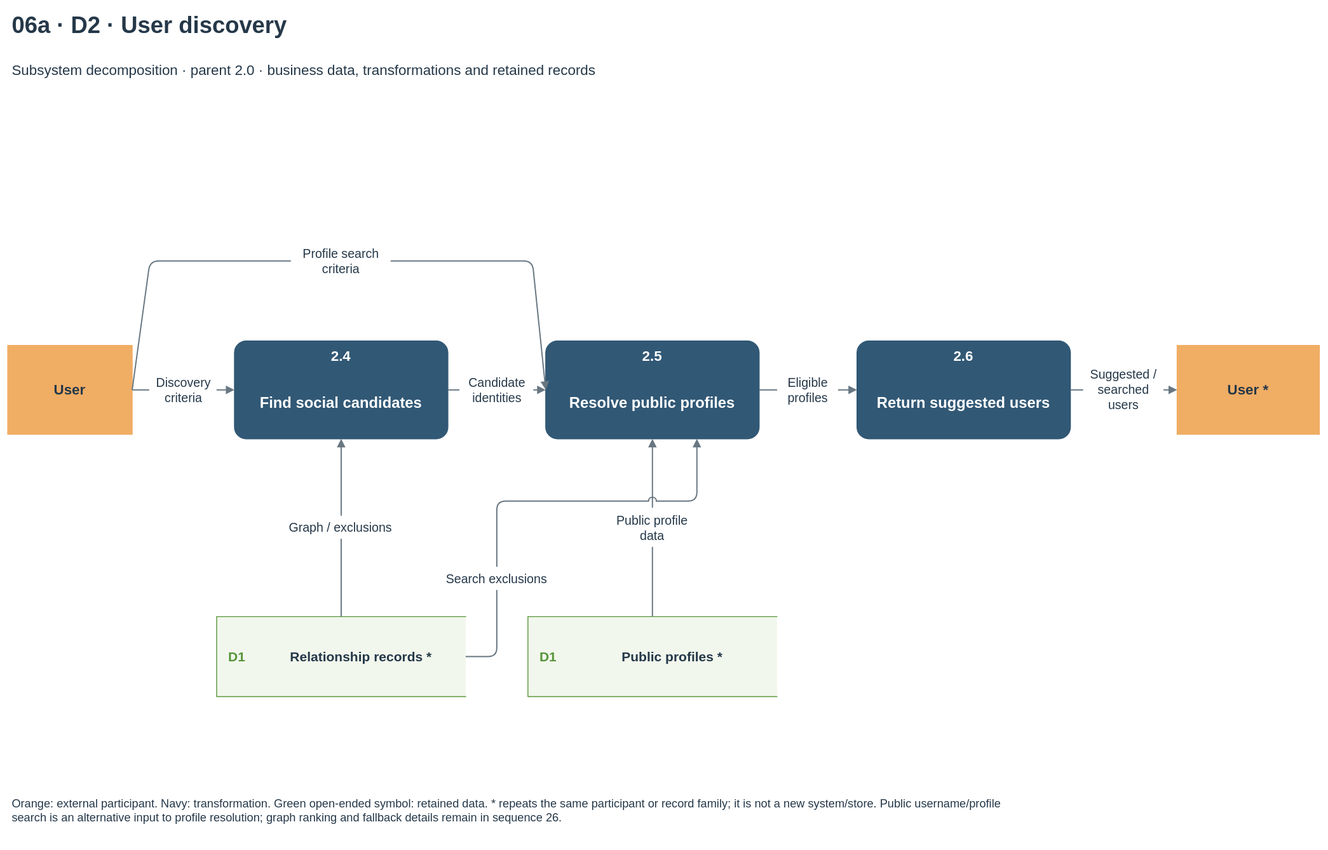
Above: docs/diagrams/velora-current/importable-svg/06a-dfd-user-recommendations.drawio.svg in HieuCuteDangYeu/velora-backend (draw.io), before the change. Source tidied: cells renumbered, new cells last; positions are measured from the earlier drawing's top-left corner, leaving out a move shared by most shapes. Its diagram source:
```xml
<mxGraphModel>
  <root>
    <mxCell id="0" />
    <mxCell id="1" parent="0" />
    <mxCell id="2" value="06a · D2 · User discovery" style="text;html=1;whiteSpace=wrap;fontFamily=Arial;fontSize=26;fontColor=#253849;fontStyle=1;align=left;verticalAlign=middle;spacing=0;" parent="1" vertex="1">
      <mxGeometry x="5" width="1460" height="40" as="geometry" />
    </mxCell>
    <mxCell id="3" value="Subsystem decomposition · parent 2.0 · business data, transformations and retained records" style="text;html=1;whiteSpace=wrap;fontFamily=Arial;fontSize=16;fontColor=#253849;fontStyle=0;align=left;verticalAlign=middle;spacing=0;" parent="1" vertex="1">
      <mxGeometry x="5" y="50" width="1460" height="40" as="geometry" />
    </mxCell>
    <mxCell id="4" style="rounded=1;arcSize=12;fillColor=#315875;strokeColor=#315875;dashed=0;whiteSpace=wrap;" parent="1" vertex="1">
      <mxGeometry x="255" y="375" width="240" height="110" as="geometry" />
    </mxCell>
    <mxCell id="5" value="2.4" style="text;html=1;whiteSpace=wrap;fontFamily=Arial;fontSize=16;fontColor=white;fontStyle=1;align=center;verticalAlign=middle;spacing=0;" parent="4" vertex="1">
      <mxGeometry x="5" y="4" width="230" height="25" as="geometry" />
    </mxCell>
    <mxCell id="6" value="Find social candidates" style="text;html=1;whiteSpace=wrap;fontFamily=Arial;fontSize=17;fontColor=white;fontStyle=1;align=center;verticalAlign=middle;spacing=0;" parent="4" vertex="1">
      <mxGeometry x="8" y="36" width="224" height="70" as="geometry" />
    </mxCell>
    <mxCell id="7" style="rounded=1;arcSize=12;fillColor=#315875;strokeColor=#315875;dashed=0;whiteSpace=wrap;" parent="1" vertex="1">
      <mxGeometry x="605" y="375" width="240" height="110" as="geometry" />
    </mxCell>
    <mxCell id="8" value="2.5" style="text;html=1;whiteSpace=wrap;fontFamily=Arial;fontSize=16;fontColor=white;fontStyle=1;align=center;verticalAlign=middle;spacing=0;" parent="7" vertex="1">
      <mxGeometry x="5" y="4" width="230" height="25" as="geometry" />
    </mxCell>
    <mxCell id="9" value="Resolve public profiles" style="text;html=1;whiteSpace=wrap;fontFamily=Arial;fontSize=17;fontColor=white;fontStyle=1;align=center;verticalAlign=middle;spacing=0;" parent="7" vertex="1">
      <mxGeometry x="8" y="36" width="224" height="70" as="geometry" />
    </mxCell>
    <mxCell id="10" style="rounded=1;arcSize=12;fillColor=#315875;strokeColor=#315875;dashed=0;whiteSpace=wrap;" parent="1" vertex="1">
      <mxGeometry x="955" y="375" width="240" height="110" as="geometry" />
    </mxCell>
    <mxCell id="11" value="2.6" style="text;html=1;whiteSpace=wrap;fontFamily=Arial;fontSize=16;fontColor=white;fontStyle=1;align=center;verticalAlign=middle;spacing=0;" parent="10" vertex="1">
      <mxGeometry x="5" y="4" width="230" height="25" as="geometry" />
    </mxCell>
    <mxCell id="12" value="Return suggested users" style="text;html=1;whiteSpace=wrap;fontFamily=Arial;fontSize=17;fontColor=white;fontStyle=1;align=center;verticalAlign=middle;spacing=0;" parent="10" vertex="1">
      <mxGeometry x="8" y="36" width="224" height="70" as="geometry" />
    </mxCell>
    <mxCell id="13" style="rounded=0;arcSize=12;fillColor=#f0ad64;strokeColor=#f0ad64;dashed=0;whiteSpace=wrap;" parent="1" vertex="1">
      <mxGeometry y="380" width="140" height="100" as="geometry" />
    </mxCell>
    <mxCell id="14" value="User" style="text;html=1;whiteSpace=wrap;fontFamily=Arial;fontSize=16;fontColor=#253849;fontStyle=1;align=center;verticalAlign=middle;spacing=0;" parent="13" vertex="1">
      <mxGeometry x="8" y="8" width="124" height="84" as="geometry" />
    </mxCell>
    <mxCell id="15" style="rounded=0;arcSize=12;fillColor=#f0ad64;strokeColor=#f0ad64;dashed=0;whiteSpace=wrap;" parent="1" vertex="1">
      <mxGeometry x="1315" y="380" width="160" height="100" as="geometry" />
    </mxCell>
    <mxCell id="16" value="User *" style="text;html=1;whiteSpace=wrap;fontFamily=Arial;fontSize=16;fontColor=#253849;fontStyle=1;align=center;verticalAlign=middle;spacing=0;" parent="15" vertex="1">
      <mxGeometry x="8" y="8" width="144" height="84" as="geometry" />
    </mxCell>
    <mxCell id="17" style="shape=partialRectangle;right=0;left=1;top=1;bottom=1;rounded=0;fillColor=#f2f7ed;strokeColor=#579539;whiteSpace=wrap;" parent="1" vertex="1">
      <mxGeometry x="235" y="685" width="280" height="90" as="geometry" />
    </mxCell>
    <mxCell id="18" value="D1" style="text;html=1;whiteSpace=wrap;fontFamily=Arial;fontSize=15;fontColor=#579539;fontStyle=1;align=center;verticalAlign=middle;spacing=0;" parent="17" vertex="1">
      <mxGeometry x="2" y="2" width="42" height="86" as="geometry" />
    </mxCell>
    <mxCell id="19" value="Relationship records *" style="text;html=1;whiteSpace=wrap;fontFamily=Arial;fontSize=15;fontColor=#253849;fontStyle=1;align=center;verticalAlign=middle;spacing=0;" parent="17" vertex="1">
      <mxGeometry x="53" y="5" width="219" height="80" as="geometry" />
    </mxCell>
    <mxCell id="20" style="shape=partialRectangle;right=0;left=1;top=1;bottom=1;rounded=0;fillColor=#f2f7ed;strokeColor=#579539;whiteSpace=wrap;" parent="1" vertex="1">
      <mxGeometry x="585" y="685" width="280" height="90" as="geometry" />
    </mxCell>
    <mxCell id="21" value="D1" style="text;html=1;whiteSpace=wrap;fontFamily=Arial;fontSize=15;fontColor=#579539;fontStyle=1;align=center;verticalAlign=middle;spacing=0;" parent="20" vertex="1">
      <mxGeometry x="2" y="2" width="42" height="86" as="geometry" />
    </mxCell>
    <mxCell id="22" value="Public profiles *" style="text;html=1;whiteSpace=wrap;fontFamily=Arial;fontSize=15;fontColor=#253849;fontStyle=1;align=center;verticalAlign=middle;spacing=0;" parent="20" vertex="1">
      <mxGeometry x="53" y="5" width="219" height="80" as="geometry" />
    </mxCell>
    <mxCell id="23" style="edgeStyle=none;noEdgeStyle=1;endArrow=block;endFill=1;strokeColor=#687782;strokeWidth=1.4;jumpStyle=arc;jumpSize=8;exitPerimeter=0;entryPerimeter=0;exitX=1.0;exitY=0.5;entryX=0.0;entryY=0.5;" parent="1" edge="1" source="13" target="4">
      <mxGeometry relative="1" as="geometry" />
    </mxCell>
    <mxCell id="24" style="edgeStyle=none;noEdgeStyle=1;endArrow=block;endFill=1;strokeColor=#687782;strokeWidth=1.4;jumpStyle=arc;jumpSize=8;exitPerimeter=0;entryPerimeter=0;exitX=1.0;exitY=0.5;entryX=0.0;entryY=0.5;" parent="1" edge="1" source="10" target="15">
      <mxGeometry relative="1" as="geometry" />
    </mxCell>
    <mxCell id="25" style="edgeStyle=none;noEdgeStyle=1;endArrow=block;endFill=1;strokeColor=#687782;strokeWidth=1.4;jumpStyle=arc;jumpSize=8;exitPerimeter=0;entryPerimeter=0;exitX=1.0;exitY=0.5;entryX=0.0;entryY=0.5;" parent="1" edge="1" source="4" target="7">
      <mxGeometry relative="1" as="geometry" />
    </mxCell>
    <mxCell id="26" style="edgeStyle=none;noEdgeStyle=1;endArrow=block;endFill=1;strokeColor=#687782;strokeWidth=1.4;jumpStyle=arc;jumpSize=8;exitPerimeter=0;entryPerimeter=0;exitX=1.0;exitY=0.5;entryX=0.0;entryY=0.5;" parent="1" edge="1" source="7" target="10">
      <mxGeometry relative="1" as="geometry" />
    </mxCell>
    <mxCell id="27" style="edgeStyle=none;noEdgeStyle=1;endArrow=block;endFill=1;strokeColor=#687782;strokeWidth=1.4;jumpStyle=arc;jumpSize=8;exitPerimeter=0;entryPerimeter=0;exitX=0.5;exitY=0.0;entryX=0.5;entryY=1.0;" parent="1" edge="1" source="17" target="4">
      <mxGeometry relative="1" as="geometry" />
    </mxCell>
    <mxCell id="28" style="edgeStyle=none;noEdgeStyle=1;endArrow=block;endFill=1;strokeColor=#687782;strokeWidth=1.4;jumpStyle=arc;jumpSize=8;exitPerimeter=0;entryPerimeter=0;exitX=0.5;exitY=0.0;entryX=0.5;entryY=1.0;" parent="1" edge="1" source="20" target="7">
      <mxGeometry relative="1" as="geometry" />
    </mxCell>
    <mxCell id="29" style="edgeStyle=none;noEdgeStyle=1;endArrow=block;endFill=1;strokeColor=#687782;strokeWidth=1.4;jumpStyle=arc;jumpSize=8;exitPerimeter=0;entryPerimeter=0;exitX=1.0;exitY=0.5;entryX=0.0;entryY=0.5;" parent="1" edge="1" source="13" target="7">
      <mxGeometry relative="1" as="geometry">
        <Array as="points">
          <mxPoint x="160" y="285" />
          <mxPoint x="590" y="285" />
        </Array>
      </mxGeometry>
    </mxCell>
    <mxCell id="30" style="edgeStyle=none;noEdgeStyle=1;endArrow=block;endFill=1;strokeColor=#687782;strokeWidth=1.4;jumpStyle=arc;jumpSize=8;exitPerimeter=0;entryPerimeter=0;exitX=1.0;exitY=0.5;entryX=0.7083333333333334;entryY=1.0;" parent="1" edge="1" source="17" target="7">
      <mxGeometry relative="1" as="geometry">
        <Array as="points">
          <mxPoint x="550" y="730" />
          <mxPoint x="550" y="555" />
          <mxPoint x="775" y="555" />
        </Array>
      </mxGeometry>
    </mxCell>
    <mxCell id="31" style="fillColor=#ffffff;strokeColor=none;" parent="1" vertex="1">
      <mxGeometry x="508.5" y="408" width="83" height="44" as="geometry" />
    </mxCell>
    <mxCell id="32" value="Candidate&lt;br&gt;identities" style="text;html=1;whiteSpace=wrap;fontFamily=Arial;fontSize=14;fontColor=#253849;fontStyle=0;align=center;verticalAlign=middle;spacing=0;" parent="1" vertex="1">
      <mxGeometry x="508.5" y="408" width="83" height="44" as="geometry" />
    </mxCell>
    <mxCell id="33" style="fillColor=#ffffff;strokeColor=none;" parent="1" vertex="1">
      <mxGeometry x="865.8" y="408" width="68.4" height="44" as="geometry" />
    </mxCell>
    <mxCell id="34" value="Eligible&lt;br&gt;profiles" style="text;html=1;whiteSpace=wrap;fontFamily=Arial;fontSize=14;fontColor=#253849;fontStyle=0;align=center;verticalAlign=middle;spacing=0;" parent="1" vertex="1">
      <mxGeometry x="865.8" y="408" width="68.4" height="44" as="geometry" />
    </mxCell>
    <mxCell id="35" style="fillColor=#ffffff;strokeColor=none;" parent="1" vertex="1">
      <mxGeometry x="159.7" y="408" width="75.7" height="44" as="geometry" />
    </mxCell>
    <mxCell id="36" value="Discovery&lt;br&gt;criteria" style="text;html=1;whiteSpace=wrap;fontFamily=Arial;fontSize=14;fontColor=#253849;fontStyle=0;align=center;verticalAlign=middle;spacing=0;" parent="1" vertex="1">
      <mxGeometry x="159.7" y="408" width="75.7" height="44" as="geometry" />
    </mxCell>
    <mxCell id="37" style="fillColor=#ffffff;strokeColor=none;" parent="1" vertex="1">
      <mxGeometry x="1209.8" y="399" width="90.3" height="62" as="geometry" />
    </mxCell>
    <mxCell id="38" value="Suggested /&lt;br&gt;searched&lt;br&gt;users" style="text;html=1;whiteSpace=wrap;fontFamily=Arial;fontSize=14;fontColor=#253849;fontStyle=0;align=center;verticalAlign=middle;spacing=0;" parent="1" vertex="1">
      <mxGeometry x="1209.8" y="399" width="90.3" height="62" as="geometry" />
    </mxCell>
    <mxCell id="39" style="fillColor=#ffffff;strokeColor=none;" parent="1" vertex="1">
      <mxGeometry x="304.3" y="572" width="141.4" height="26" as="geometry" />
    </mxCell>
    <mxCell id="40" value="Graph / exclusions" style="text;html=1;whiteSpace=wrap;fontFamily=Arial;fontSize=14;fontColor=#253849;fontStyle=0;align=center;verticalAlign=middle;spacing=0;" parent="1" vertex="1">
      <mxGeometry x="304.3" y="572" width="141.4" height="26" as="geometry" />
    </mxCell>
    <mxCell id="41" style="fillColor=#ffffff;strokeColor=none;" parent="1" vertex="1">
      <mxGeometry x="668.9" y="563" width="112.2" height="44" as="geometry" />
    </mxCell>
    <mxCell id="42" value="Public profile&lt;br&gt;data" style="text;html=1;whiteSpace=wrap;fontFamily=Arial;fontSize=14;fontColor=#253849;fontStyle=0;align=center;verticalAlign=middle;spacing=0;" parent="1" vertex="1">
      <mxGeometry x="668.9" y="563" width="112.2" height="44" as="geometry" />
    </mxCell>
    <mxCell id="43" style="fillColor=#ffffff;strokeColor=none;" parent="1" vertex="1">
      <mxGeometry x="482.9" y="629.5" width="134.1" height="26" as="geometry" />
    </mxCell>
    <mxCell id="44" value="Search exclusions" style="text;html=1;whiteSpace=wrap;fontFamily=Arial;fontSize=14;fontColor=#253849;fontStyle=0;align=center;verticalAlign=middle;spacing=0;" parent="1" vertex="1">
      <mxGeometry x="482.9" y="629.5" width="134.1" height="26" as="geometry" />
    </mxCell>
    <mxCell id="45" style="fillColor=#ffffff;strokeColor=none;" parent="1" vertex="1">
      <mxGeometry x="318.9" y="263" width="112.2" height="44" as="geometry" />
    </mxCell>
    <mxCell id="46" value="Profile search&lt;br&gt;criteria" style="text;html=1;whiteSpace=wrap;fontFamily=Arial;fontSize=14;fontColor=#253849;fontStyle=0;align=center;verticalAlign=middle;spacing=0;" parent="1" vertex="1">
      <mxGeometry x="318.9" y="263" width="112.2" height="44" as="geometry" />
    </mxCell>
    <mxCell id="47" value="Orange: external participant. Navy: transformation. Green open-ended symbol: retained data. * repeats the same participant or record family; it is not a new system/store. Public username/profile&lt;br&gt;search is an alternative input to profile resolution; graph ranking and fallback details remain in sequence 26." style="text;html=1;whiteSpace=wrap;fontFamily=Arial;fontSize=13;fontColor=#253849;fontStyle=0;align=left;verticalAlign=middle;spacing=0;" parent="1" vertex="1">
      <mxGeometry x="5" y="865" width="1460" height="75" as="geometry" />
    </mxCell>
  </root>
</mxGraphModel>
```
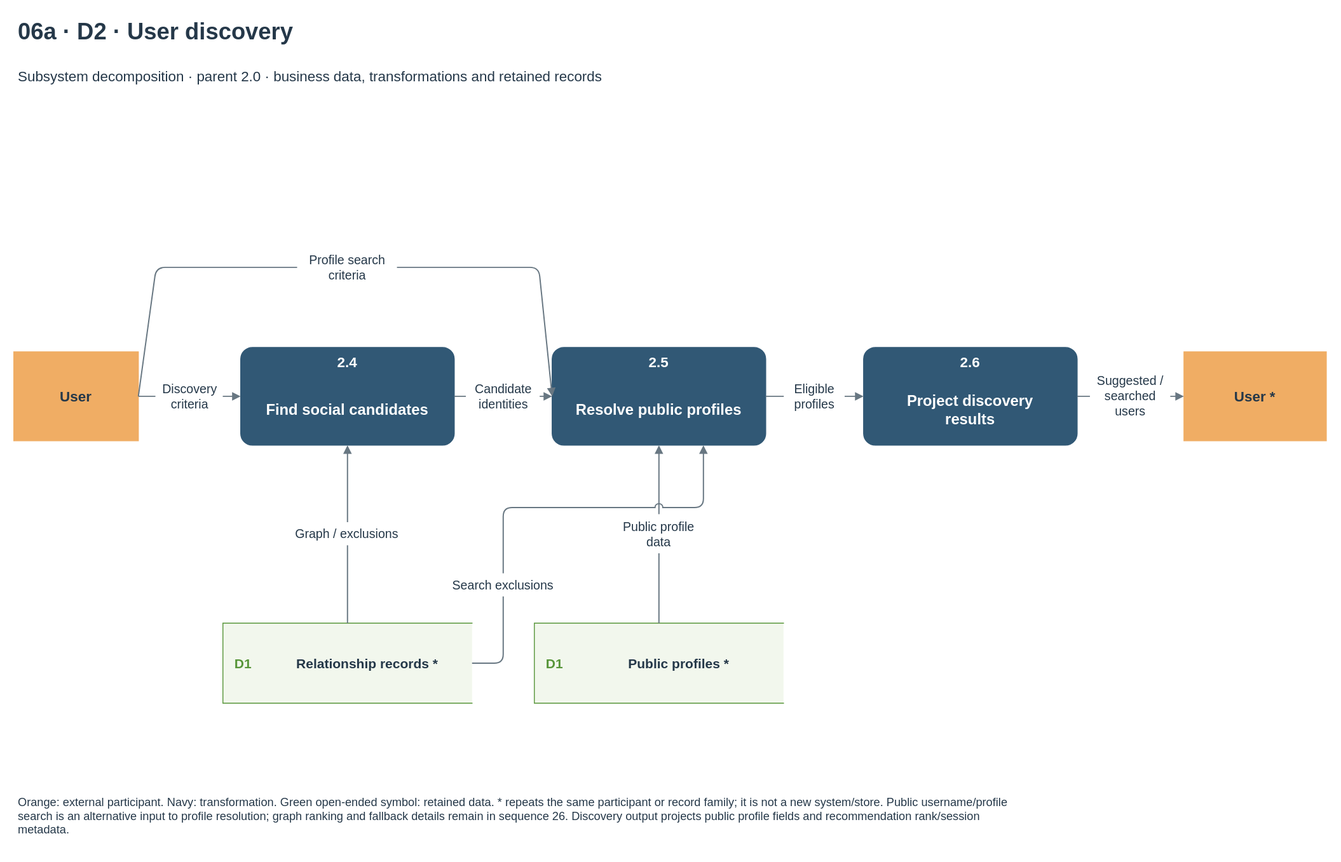
The same file after the commit.

The edit, as a diff of the source:
```diff
@@ -32,7 +32,7 @@
     <mxCell id="11" value="2.6" style="text;html=1;whiteSpace=wrap;fontFamily=Arial;fontSize=16;fontColor=white;fontStyle=1;align=center;verticalAlign=middle;spacing=0;" parent="10" vertex="1">
       <mxGeometry x="5" y="4" width="230" height="25" as="geometry" />
     </mxCell>
-    <mxCell id="12" value="Return suggested users" style="text;html=1;whiteSpace=wrap;fontFamily=Arial;fontSize=17;fontColor=white;fontStyle=1;align=center;verticalAlign=middle;spacing=0;" parent="10" vertex="1">
+    <mxCell id="12" value="Project discovery&lt;br&gt;results" style="text;html=1;whiteSpace=wrap;fontFamily=Arial;fontSize=17;fontColor=white;fontStyle=1;align=center;verticalAlign=middle;spacing=0;" parent="10" vertex="1">
       <mxGeometry x="8" y="36" width="224" height="70" as="geometry" />
     </mxCell>
     <mxCell id="13" style="rounded=0;arcSize=12;fillColor=#f0ad64;strokeColor=#f0ad64;dashed=0;whiteSpace=wrap;" parent="1" vertex="1">
@@ -148,8 +148,8 @@
     <mxCell id="46" value="Profile search&lt;br&gt;criteria" style="text;html=1;whiteSpace=wrap;fontFamily=Arial;fontSize=14;fontColor=#253849;fontStyle=0;align=center;verticalAlign=middle;spacing=0;" parent="1" vertex="1">
       <mxGeometry x="318.9" y="263" width="112.2" height="44" as="geometry" />
     </mxCell>
-    <mxCell id="47" value="Orange: external participant. Navy: transformation. Green open-ended symbol: retained data. * repeats the same participant or record family; it is not a new system/store. Public username/profile&lt;br&gt;search is an alternative input to profile resolution; graph ranking and fallback details remain in sequence 26." style="text;html=1;whiteSpace=wrap;fontFamily=Arial;fontSize=13;fontColor=#253849;fontStyle=0;align=left;verticalAlign=middle;spacing=0;" parent="1" vertex="1">
-      <mxGeometry x="5" y="865" width="1460" height="75" as="geometry" />
+    <mxCell id="47" value="Orange: external participant. Navy: transformation. Green open-ended symbol: retained data. * repeats the same participant or record family; it is not a new system/store. Public username/profile&lt;br&gt;search is an alternative input to profile resolution; graph ranking and fallback details remain in sequence 26. Discovery output projects public profile fields and recommendation rank/session&lt;br&gt;metadata." style="text;html=1;whiteSpace=wrap;fontFamily=Arial;fontSize=13;fontColor=#253849;fontStyle=0;align=left;verticalAlign=middle;spacing=0;" parent="1" vertex="1">
+      <mxGeometry x="5" y="865" width="1460" height="74" as="geometry" />
     </mxCell>
   </root>
 </mxGraphModel>
```
